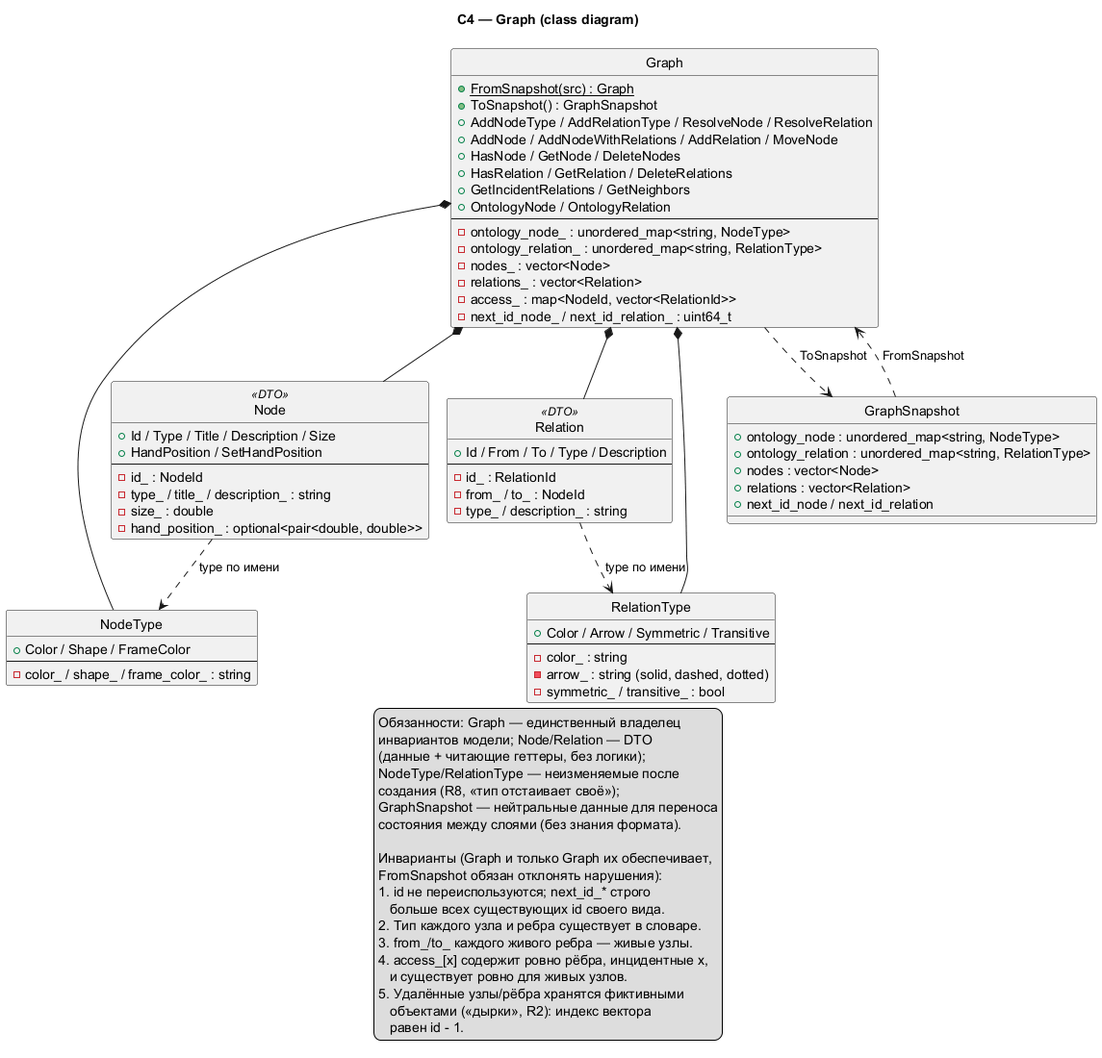
Before: docs/assets/c4/C4.png, a diagram exported from PlantUML (Anastas2817/ravel-kb). Source of this version:
```plantuml
@startuml C4
!pragma layout smetana
skinparam shadowing false
skinparam rectangle {
  RoundCorner 12
}
hide circle
title C4 — Graph (class diagram)

class Graph {
  {static} +FromSnapshot(src) : Graph
  +ToSnapshot() : GraphSnapshot
  +AddNodeType / AddRelationType / ResolveNode / ResolveRelation
  +AddNode / AddNodeWithRelations / AddRelation / MoveNode
  +HasNode / GetNode / DeleteNodes
  +HasRelation / GetRelation / DeleteRelations
  +GetIncidentRelations / GetNeighbors
  +OntologyNode / OntologyRelation
  --
  -ontology_node_ : unordered_map<string, NodeType>
  -ontology_relation_ : unordered_map<string, RelationType>
  -nodes_ : vector<Node>
  -relations_ : vector<Relation>
  -access_ : map<NodeId, vector<RelationId>>
  -next_id_node_ / next_id_relation_ : uint64_t
}

class Node <<DTO>> {
  +Id / Type / Title / Description / Size
  +HandPosition / SetHandPosition
  --
  -id_ : NodeId
  -type_ / title_ / description_ : string
  -size_ : double
  -hand_position_ : optional<pair<double, double>>
}

class Relation <<DTO>> {
  +Id / From / To / Type / Description
  --
  -id_ : RelationId
  -from_ / to_ : NodeId
  -type_ / description_ : string
}

class NodeType {
  +Color / Shape / FrameColor
  --
  -color_ / shape_ / frame_color_ : string
}

class RelationType {
  +Color / Arrow / Symmetric / Transitive
  --
  -color_ : string
  -arrow_ : string (solid, dashed, dotted)
  -symmetric_ / transitive_ : bool
}

class GraphSnapshot {
  +ontology_node : unordered_map<string, NodeType>
  +ontology_relation : unordered_map<string, RelationType>
  +nodes : vector<Node>
  +relations : vector<Relation>
  +next_id_node / next_id_relation
}

Graph *-- Node
Graph *-- Relation
Graph *-- NodeType
Graph *-- RelationType
Graph ..> GraphSnapshot : ToSnapshot
GraphSnapshot ..> Graph : FromSnapshot
Node ..> NodeType : type по имени
Relation ..> RelationType : type по имени

legend bottom
  Обязанности: Graph — единственный владелец
  инвариантов модели; Node/Relation — DTO
  (данные + читающие геттеры, без логики);
  NodeType/RelationType — неизменяемые после
  создания (R8, «тип отстаивает своё»);
  GraphSnapshot — нейтральные данные для переноса
  состояния между слоями (без знания формата).

  Инварианты (Graph и только Graph их обеспечивает,
  FromSnapshot обязан отклонять нарушения):
  1. id не переиспользуются; next_id_* строго
     больше всех существующих id своего вида.
  2. Тип каждого узла и ребра существует в словаре.
  3. from_/to_ каждого живого ребра — живые узлы.
  4. access_[x] содержит ровно рёбра, инцидентные x,
     и существует ровно для живых узлов.
  5. Удалённые узлы/рёбра хранятся фиктивными
     объектами («дырки», R2): индекс вектора
     равен id - 1.
end legend
@enduml
```
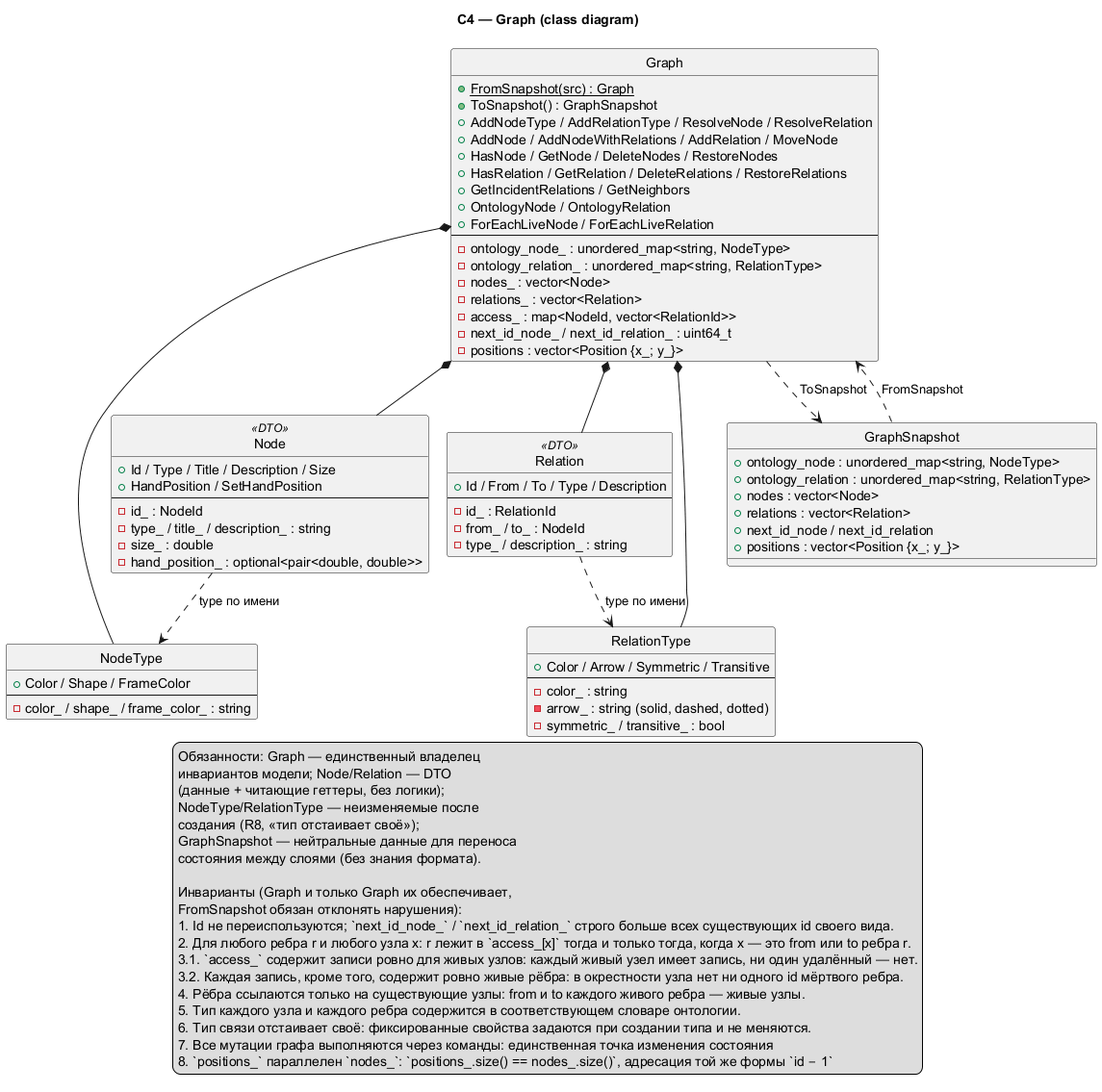
Above is the later version.

Commit message:
docs: C4 — синхронизация с кодом: Restore*, ForEachLive*, positions_ в Graph и секция в снапшоте

What changed in the source:
```diff
@@ -12,10 +12,11 @@
   +ToSnapshot() : GraphSnapshot
   +AddNodeType / AddRelationType / ResolveNode / ResolveRelation
   +AddNode / AddNodeWithRelations / AddRelation / MoveNode
-  +HasNode / GetNode / DeleteNodes
-  +HasRelation / GetRelation / DeleteRelations
+  +HasNode / GetNode / DeleteNodes / RestoreNodes
+  +HasRelation / GetRelation / DeleteRelations / RestoreRelations
   +GetIncidentRelations / GetNeighbors
   +OntologyNode / OntologyRelation
+  +ForEachLiveNode / ForEachLiveRelation
   --
   -ontology_node_ : unordered_map<string, NodeType>
   -ontology_relation_ : unordered_map<string, RelationType>
@@ -23,6 +24,7 @@
   -relations_ : vector<Relation>
   -access_ : map<NodeId, vector<RelationId>>
   -next_id_node_ / next_id_relation_ : uint64_t
+  -positions : vector<Position {x_; y_}>
 }
 
 class Node <<DTO>> {
@@ -63,6 +65,7 @@
   +nodes : vector<Node>
   +relations : vector<Relation>
   +next_id_node / next_id_relation
+  +positions : vector<Position {x_; y_}>
 }
 
 Graph *-- Node
@@ -85,14 +88,14 @@
 
   Инварианты (Graph и только Graph их обеспечивает,
   FromSnapshot обязан отклонять нарушения):
-  1. id не переиспользуются; next_id_* строго
-     больше всех существующих id своего вида.
-  2. Тип каждого узла и ребра существует в словаре.
-  3. from_/to_ каждого живого ребра — живые узлы.
-  4. access_[x] содержит ровно рёбра, инцидентные x,
-     и существует ровно для живых узлов.
-  5. Удалённые узлы/рёбра хранятся фиктивными
-     объектами («дырки», R2): индекс вектора
-     равен id - 1.
+  1. Id не переиспользуются; `next_id_node_` / `next_id_relation_` строго больше всех существующих id своего вида.
+  2. Для любого ребра r и любого узла x: r лежит в `access_[x]` тогда и только тогда, когда x — это from или to ребра r.
+  3.1. `access_` содержит записи ровно для живых узлов: каждый живый узел имеет запись, ни один удалённый — нет.
+  3.2. Каждая запись, кроме того, содержит ровно живые рёбра: в окрестности узла нет ни одного id мёртвого ребра.
+  4. Рёбра ссылаются только на существующие узлы: from и to каждого живого ребра — живые узлы.
+  5. Тип каждого узла и каждого ребра содержится в соответствующем словаре онтологии.
+  6. Тип связи отстаивает своё: фиксированные свойства задаются при создании типа и не меняются.
+  7. Все мутации графа выполняются через команды: единственная точка изменения состояния
+  8. `positions_` параллелен `nodes_`: `positions_.size() == nodes_.size()`, адресация той же формы `id − 1`
 end legend
 @enduml
```
